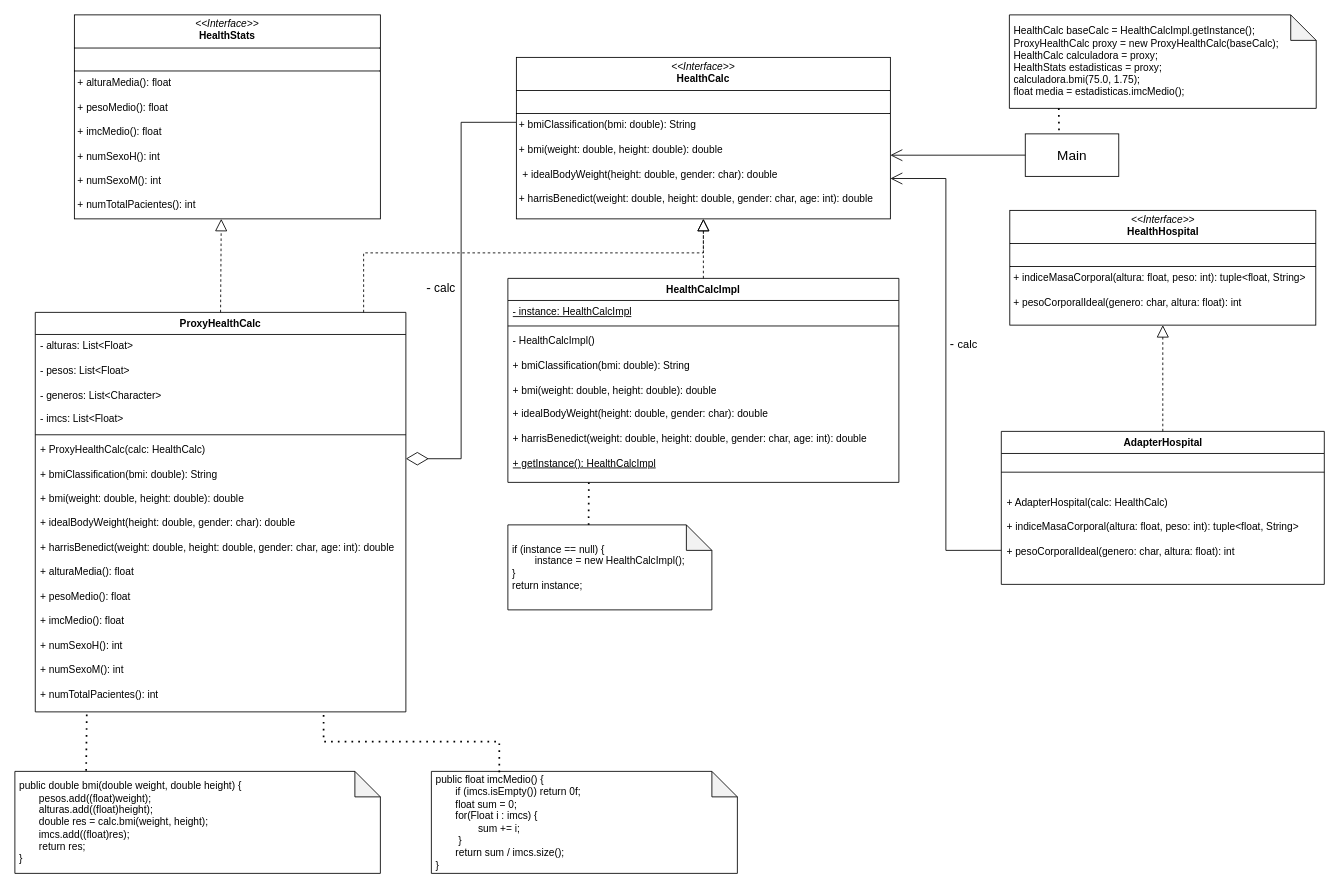
Above: design_patterns/src/03_Proxy_UML.drawio in ISAgrupo03/healthcalc_ISAgrupo03 (draw.io), before the change. Source tidied: cells renumbered, new cells numbered last; positions are measured from the earlier drawing's top-left corner, leaving out a move shared by most shapes. Both pictures are drawn from the tidied source at 85%, with x=0, y=0 at pixel (14, 14).
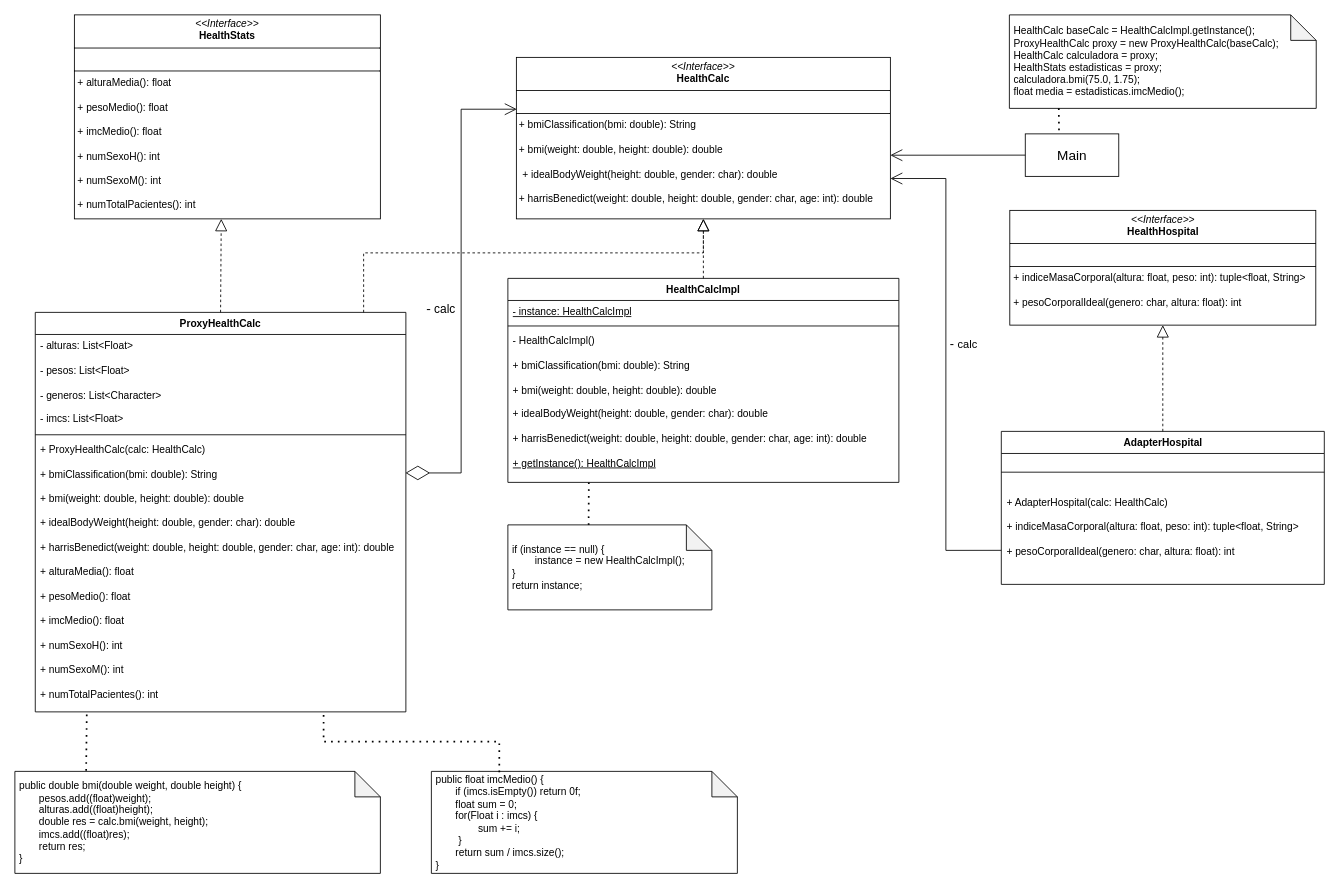
Above is the later version.

Commit message (it also covers changes not shown here):
fix: corregir flecha de agregación en 03_Proxy_UML

Unchanged cells that the change refers to:
```xml
<mxCell id="6" value="&lt;p style=&quot;margin:0px;margin-top:4px;text-align:center;&quot;&gt;&lt;i&gt;&amp;lt;&amp;lt;Interface&amp;gt;&amp;gt;&lt;/i&gt;&lt;br&gt;&lt;b&gt;HealthCalc&lt;/b&gt;&lt;/p&gt;&lt;hr size=&quot;1&quot; style=&quot;border-style:solid;&quot;&gt;&lt;p style=&quot;margin:0px;margin-left:4px;&quot;&gt;&lt;br&gt;&lt;/p&gt;&lt;hr size=&quot;1&quot; style=&quot;border-style:solid;&quot;&gt;&lt;div&gt;&amp;nbsp;+ bmiClassification(bmi: double):&amp;nbsp;&lt;span style=&quot;background-color: transparent; color: light-dark(rgb(0, 0, 0), rgb(255, 255, 255));&quot;&gt;String&lt;/span&gt;&lt;/div&gt;&lt;div&gt;&lt;span style=&quot;background-color: transparent; color: light-dark(rgb(0, 0, 0), rgb(255, 255, 255));&quot;&gt;&amp;nbsp;&lt;/span&gt;&lt;/div&gt;&lt;div&gt;&lt;span style=&quot;background-color: transparent;&quot;&gt;&amp;nbsp;+ bmi(weight: double, height: double): double&lt;/span&gt;&lt;/div&gt;&lt;div&gt;&lt;span style=&quot;background-color: transparent;&quot;&gt;&lt;br&gt;&lt;/span&gt;&lt;/div&gt;&lt;p style=&quot;margin:0px;margin-left:4px;&quot;&gt;&amp;nbsp;+ idealBodyWeight(height: double, gender: char): double&lt;/p&gt;&lt;div&gt;&lt;br&gt;&lt;div&gt;&amp;nbsp;+ harrisBenedict(weight:&amp;nbsp;&lt;span style=&quot;background-color: transparent; color: light-dark(rgb(0, 0, 0), rgb(255, 255, 255));&quot;&gt;double&lt;/span&gt;&lt;span style=&quot;background-color: transparent; color: light-dark(rgb(0, 0, 0), rgb(255, 255, 255));&quot;&gt;, height: double, gender: char, age: int): double&lt;/span&gt;&lt;/div&gt;&lt;/div&gt;" style="verticalAlign=top;align=left;overflow=fill;html=1;whiteSpace=wrap;" parent="1" vertex="1">
  <mxGeometry x="590" y="50" width="440" height="190" as="geometry" />
</mxCell>
<mxCell id="21" value="+ ProxyHealthCalc(calc: HealthCalc)&lt;br&gt;&lt;div&gt;&lt;u&gt;&lt;br&gt;&lt;/u&gt;&lt;/div&gt;&lt;div&gt;&lt;div style=&quot;&quot;&gt;&lt;div&gt;+ bmiClassification(bmi: double):&amp;nbsp;&lt;span style=&quot;background-color: transparent; color: light-dark(rgb(0, 0, 0), rgb(255, 255, 255));&quot;&gt;String&lt;/span&gt;&lt;/div&gt;&lt;div&gt;&lt;span style=&quot;background-color: transparent; color: light-dark(rgb(0, 0, 0), rgb(255, 255, 255));&quot;&gt;&amp;nbsp;&lt;/span&gt;&lt;/div&gt;&lt;div&gt;&lt;span style=&quot;background-color: transparent;&quot;&gt;+ bmi(weight: double, height: double): double&lt;/span&gt;&lt;/div&gt;&lt;div&gt;&lt;span style=&quot;background-color: transparent; color: light-dark(rgb(0, 0, 0), rgb(255, 255, 255));&quot;&gt;&lt;br&gt;&lt;/span&gt;&lt;/div&gt;&lt;div&gt;&lt;span style=&quot;background-color: transparent; color: light-dark(rgb(0, 0, 0), rgb(255, 255, 255));&quot;&gt;+ idealBodyWeight(height: double, gender: char): double&lt;/span&gt;&lt;/div&gt;&lt;div&gt;&lt;div&gt;&lt;br&gt;&lt;/div&gt;&lt;div&gt;+ harrisBenedict(weight:&amp;nbsp;&lt;span style=&quot;background-color: transparent; color: light-dark(rgb(0, 0, 0), rgb(255, 255, 255));&quot;&gt;double&lt;/span&gt;&lt;span style=&quot;background-color: transparent; color: light-dark(rgb(0, 0, 0), rgb(255, 255, 255));&quot;&gt;, height: double, gender: char, age: int): double&lt;/span&gt;&lt;/div&gt;&lt;div&gt;&lt;span style=&quot;background-color: transparent; color: light-dark(rgb(0, 0, 0), rgb(255, 255, 255));&quot;&gt;&lt;br&gt;&lt;/span&gt;&lt;/div&gt;&lt;div&gt;&lt;span style=&quot;background-color: transparent; color: light-dark(rgb(0, 0, 0), rgb(255, 255, 255));&quot;&gt;+ alturaMedia(): float&lt;/span&gt;&lt;/div&gt;&lt;div&gt;&lt;span style=&quot;background-color: transparent; color: light-dark(rgb(0, 0, 0), rgb(255, 255, 255));&quot;&gt;&lt;br&gt;&lt;/span&gt;&lt;/div&gt;&lt;div&gt;&lt;span style=&quot;background-color: transparent; color: light-dark(rgb(0, 0, 0), rgb(255, 255, 255));&quot;&gt;+ pesoMedio(): float&lt;/span&gt;&lt;/div&gt;&lt;div&gt;&lt;span style=&quot;background-color: transparent; color: light-dark(rgb(0, 0, 0), rgb(255, 255, 255));&quot;&gt;&lt;br&gt;&lt;/span&gt;&lt;/div&gt;&lt;div&gt;&lt;span style=&quot;background-color: transparent; color: light-dark(rgb(0, 0, 0), rgb(255, 255, 255));&quot;&gt;+ imcMedio(): float&lt;/span&gt;&lt;/div&gt;&lt;div&gt;&lt;span style=&quot;background-color: transparent; color: light-dark(rgb(0, 0, 0), rgb(255, 255, 255));&quot;&gt;&lt;br&gt;&lt;/span&gt;&lt;/div&gt;&lt;div&gt;&lt;span style=&quot;background-color: transparent; color: light-dark(rgb(0, 0, 0), rgb(255, 255, 255));&quot;&gt;+ numSexoH(): int&lt;/span&gt;&lt;/div&gt;&lt;div&gt;&lt;span style=&quot;background-color: transparent; color: light-dark(rgb(0, 0, 0), rgb(255, 255, 255));&quot;&gt;&lt;br&gt;&lt;/span&gt;&lt;/div&gt;&lt;div&gt;&lt;span style=&quot;background-color: transparent; color: light-dark(rgb(0, 0, 0), rgb(255, 255, 255));&quot;&gt;+ numSexoM(): int&lt;/span&gt;&lt;/div&gt;&lt;div&gt;&lt;span style=&quot;background-color: transparent; color: light-dark(rgb(0, 0, 0), rgb(255, 255, 255));&quot;&gt;&lt;br&gt;&lt;/span&gt;&lt;/div&gt;&lt;div&gt;&lt;span style=&quot;background-color: transparent; color: light-dark(rgb(0, 0, 0), rgb(255, 255, 255));&quot;&gt;+ numTotalPacientes(): int&lt;/span&gt;&lt;/div&gt;&lt;/div&gt;&lt;/div&gt;&lt;div&gt;&lt;br&gt;&lt;/div&gt;&lt;/div&gt;" style="text;strokeColor=none;fillColor=none;align=left;verticalAlign=top;spacingLeft=4;spacingRight=4;overflow=hidden;points=[[0,0.5],[1,0.5]];portConstraint=eastwest;whiteSpace=wrap;html=1;" parent="18" vertex="1">
  <mxGeometry y="148" width="436" height="322" as="geometry" />
</mxCell>
```

The edit, as a diff of the source:
```diff
@@
-    <mxCell id="24" style="endArrow=diamondThin;endFill=0;endSize=24;html=1;rounded=0;entryX=1;entryY=0.075;entryDx=0;entryDy=0;entryPerimeter=0;exitX=-0.001;exitY=0.402;exitDx=0;exitDy=0;exitPerimeter=0;edgeStyle=orthogonalEdgeStyle;" parent="1" edge="1" source="6" target="21">
-      <mxGeometry relative="1" as="geometry" />
-    </mxCell>
-    <mxCell id="25" value="&lt;font style=&quot;font-size: 16px;&quot;&gt;-&lt;/font&gt;&lt;font style=&quot;font-size: 14px;&quot;&gt; calc&lt;/font&gt;" style="edgeLabel;html=1;align=center;verticalAlign=middle;" parent="24" vertex="1">
-      <mxGeometry x="-0.01" y="1" relative="1" as="geometry">
-        <mxPoint x="-26" y="-1" as="offset" />
-      </mxGeometry>
-    </mxCell>
@@
+    <mxCell id="34" style="endArrow=open;html=1;endSize=12;startArrow=diamondThin;startSize=26;startFill=0;edgeStyle=orthogonalEdgeStyle;align=left;verticalAlign=bottom;rounded=0;exitX=0.999;exitY=0.127;exitDx=0;exitDy=0;exitPerimeter=0;entryX=0.001;entryY=0.321;entryDx=0;entryDy=0;entryPerimeter=0;" parent="1" edge="1" source="21" target="6">
+      <mxGeometry x="-1" y="3" relative="1" as="geometry" />
+    </mxCell>
+    <mxCell id="25" value="&lt;font style=&quot;font-size: 16px;&quot;&gt;-&lt;/font&gt;&lt;font style=&quot;font-size: 14px;&quot;&gt; calc&lt;/font&gt;" style="edgeLabel;html=1;align=center;verticalAlign=middle;" parent="34" vertex="1">
+      <mxGeometry x="-0.07" y="-1" relative="1" as="geometry">
+        <mxPoint x="-26" as="offset" />
+      </mxGeometry>
+    </mxCell>
```
